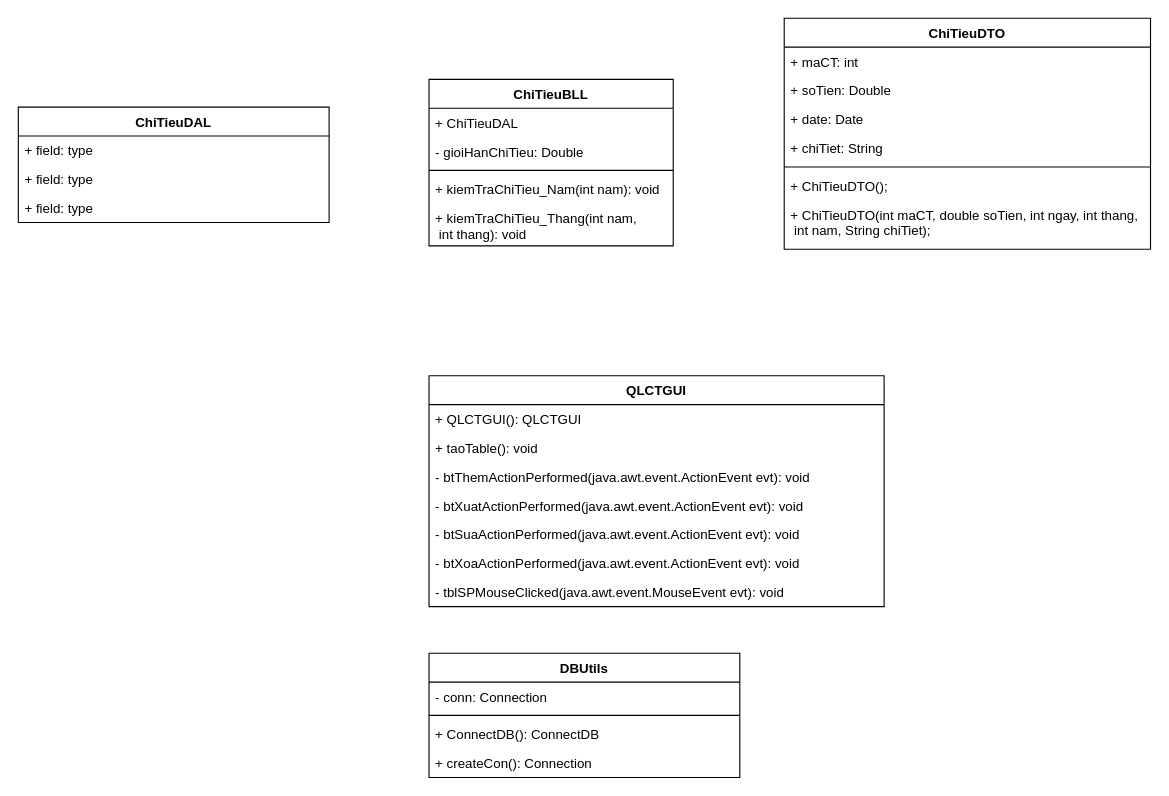
AkallHuynh/IS216.L21.HTCL-Java keeps this draw.io diagram as Diagrams/ClassDiagrams.drawio. Above is the earlier version. Source tidied: cells renumbered, new cells numbered last; positions are measured from the earlier drawing's top-left corner, leaving out a move shared by most shapes. Both pictures are drawn from the tidied source at 111%, with x=0, y=0 at pixel (18, 18).
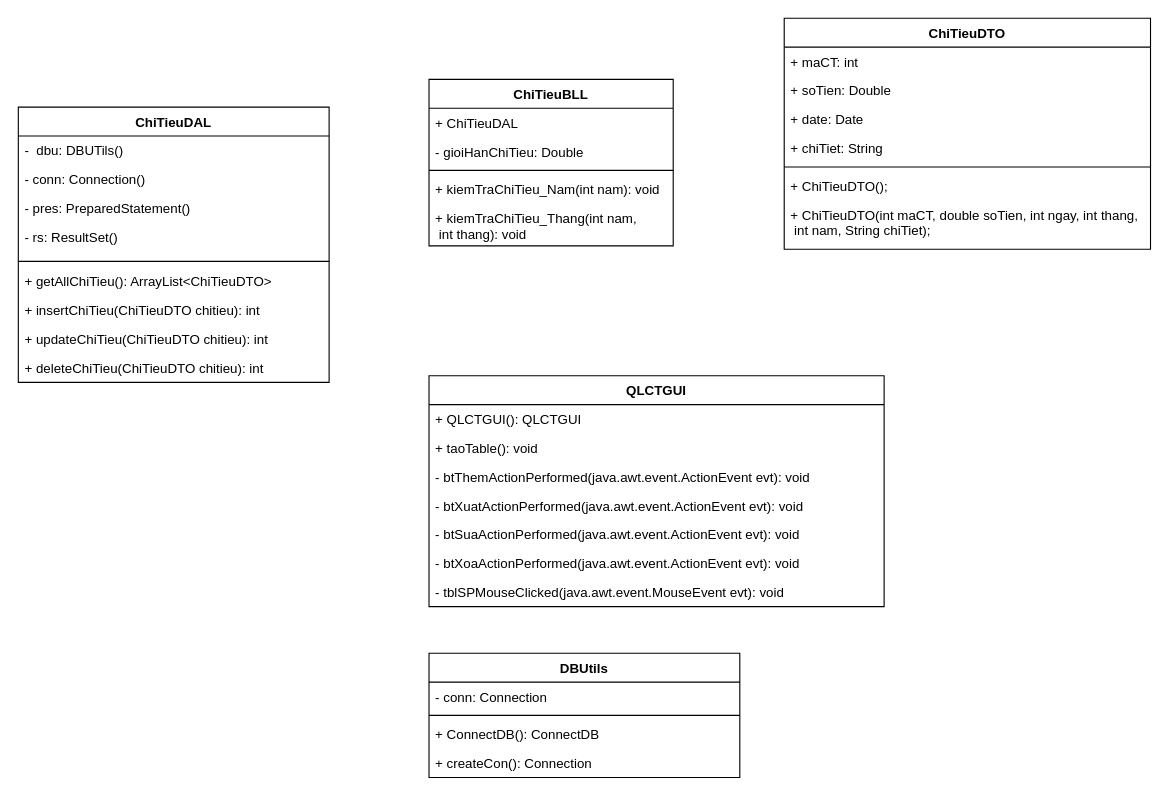
The same diagram, later.

Diff of the diagram source:
```diff
@@
     <mxCell id="29" value="ChiTieuDAL" style="swimlane;fontStyle=1;horizontal=1;startSize=26;fillColor=none;" parent="1" vertex="1">
-      <mxGeometry y="80" width="280" height="104" as="geometry" />
+      <mxGeometry y="80" width="280" height="248" as="geometry" />
     </mxCell>
-    <mxCell id="30" value="+ field: type" style="text;strokeColor=none;fillColor=none;align=left;verticalAlign=top;spacingLeft=4;spacingRight=4;overflow=hidden;" parent="29" vertex="1">
+    <mxCell id="30" value="-  dbu: DBUTils()   " style="text;strokeColor=none;fillColor=none;align=left;verticalAlign=top;spacingLeft=4;spacingRight=4;overflow=hidden;" parent="29" vertex="1">
       <mxGeometry y="26" width="280" height="26" as="geometry" />
     </mxCell>
-    <mxCell id="31" value="+ field: type" style="text;strokeColor=none;fillColor=none;align=left;verticalAlign=top;spacingLeft=4;spacingRight=4;overflow=hidden;" parent="29" vertex="1">
+    <mxCell id="31" value="- conn: Connection()" style="text;strokeColor=none;fillColor=none;align=left;verticalAlign=top;spacingLeft=4;spacingRight=4;overflow=hidden;" parent="29" vertex="1">
       <mxGeometry y="52" width="280" height="26" as="geometry" />
     </mxCell>
-    <mxCell id="32" value="+ field: type" style="text;strokeColor=none;fillColor=none;align=left;verticalAlign=top;spacingLeft=4;spacingRight=4;overflow=hidden;" parent="29" vertex="1">
+    <mxCell id="32" value="- pres: PreparedStatement()" style="text;strokeColor=none;fillColor=none;align=left;verticalAlign=top;spacingLeft=4;spacingRight=4;overflow=hidden;" parent="29" vertex="1">
       <mxGeometry y="78" width="280" height="26" as="geometry" />
     </mxCell>
+    <mxCell id="33" value="- rs: ResultSet()" style="text;strokeColor=none;fillColor=none;spacingLeft=4;spacingRight=4;overflow=hidden;fontSize=12;" parent="29" vertex="1">
+      <mxGeometry y="104" width="280" height="30" as="geometry" />
+    </mxCell>
+    <mxCell id="34" style="line;strokeWidth=1;dashed=0;labelPosition=right;align=left;verticalAlign=middle;spacingTop=0;spacingLeft=6;" parent="29" vertex="1">
+      <mxGeometry y="134" width="280" height="10" as="geometry" />
+    </mxCell>
+    <mxCell id="35" value="+ getAllChiTieu(): ArrayList&lt;ChiTieuDTO&gt;" style="text;strokeColor=none;fillColor=none;align=left;verticalAlign=top;spacingLeft=4;spacingRight=4;overflow=hidden;" parent="29" vertex="1">
+      <mxGeometry y="144" width="280" height="26" as="geometry" />
+    </mxCell>
+    <mxCell id="36" value="+ insertChiTieu(ChiTieuDTO chitieu): int" style="text;strokeColor=none;fillColor=none;align=left;verticalAlign=top;spacingLeft=4;spacingRight=4;overflow=hidden;" parent="29" vertex="1">
+      <mxGeometry y="170" width="280" height="26" as="geometry" />
+    </mxCell>
+    <mxCell id="37" value="+ updateChiTieu(ChiTieuDTO chitieu): int" style="text;strokeColor=none;fillColor=none;align=left;verticalAlign=top;spacingLeft=4;spacingRight=4;overflow=hidden;" parent="29" vertex="1">
+      <mxGeometry y="196" width="280" height="26" as="geometry" />
+    </mxCell>
+    <mxCell id="38" value="+ deleteChiTieu(ChiTieuDTO chitieu): int" style="text;strokeColor=none;fillColor=none;align=left;verticalAlign=top;spacingLeft=4;spacingRight=4;overflow=hidden;" parent="29" vertex="1">
+      <mxGeometry y="222" width="280" height="26" as="geometry" />
+    </mxCell>
```
